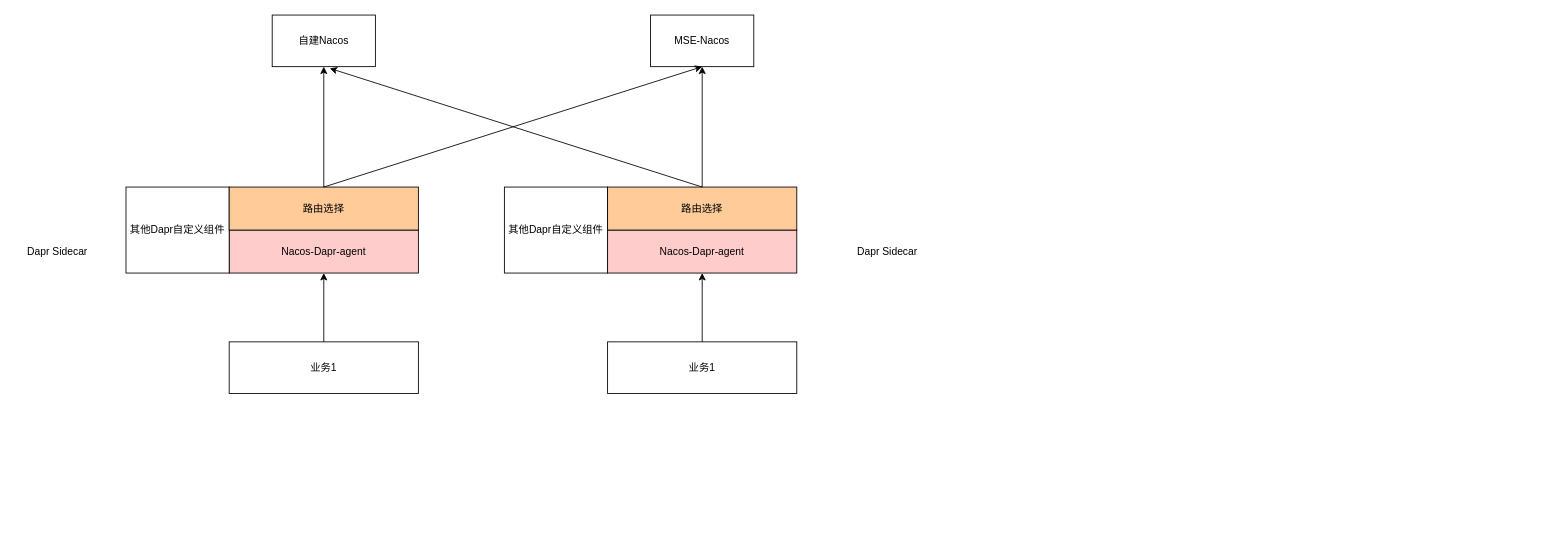
Earlier version of the draw.io diagram newToolTest/Untitled Diagram.drawio (realJackSun/OpenNAT). Source tidied: cells renumbered, new cells numbered last; positions are measured from the earlier drawing's top-left corner, leaving out a move shared by most shapes. Both pictures are drawn from the tidied source at 86%, with x=0, y=0 at pixel (18, 15).
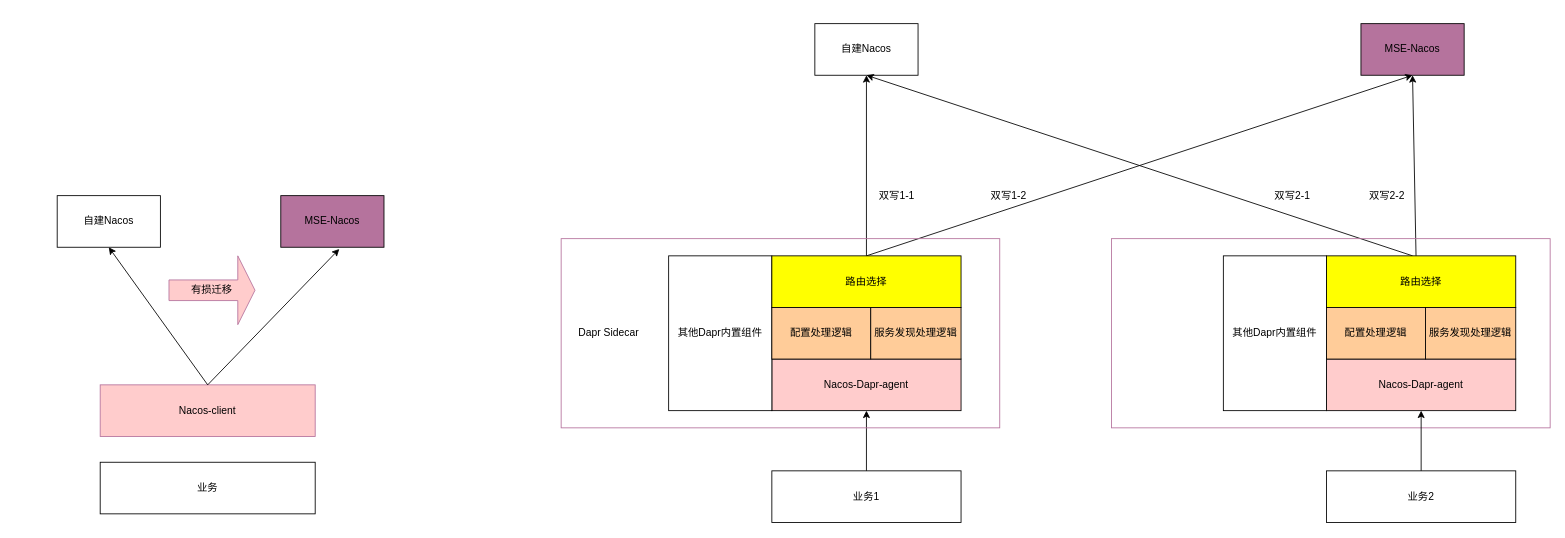
After the change.

What changed in the source:
```diff
@@
     <mxCell id="2" value="自建Nacos" style="rounded=0;whiteSpace=wrap;html=1;" parent="1" vertex="1">
-      <mxGeometry x="295" width="120" height="60" as="geometry" />
+      <mxGeometry x="926" y="10" width="120" height="60" as="geometry" />
     </mxCell>
-    <mxCell id="3" value="MSE-Nacos" style="rounded=0;whiteSpace=wrap;html=1;" parent="1" vertex="1">
-      <mxGeometry x="735" width="120" height="60" as="geometry" />
+    <mxCell id="3" value="MSE-Nacos" style="rounded=0;whiteSpace=wrap;html=1;fillColor=#B5739D;" parent="1" vertex="1">
+      <mxGeometry x="1561" y="10" width="120" height="60" as="geometry" />
     </mxCell>
     <mxCell id="4" value="业务1" style="rounded=0;whiteSpace=wrap;html=1;" parent="1" vertex="1">
-      <mxGeometry x="245" y="380" width="220" height="60" as="geometry" />
+      <mxGeometry x="876" y="530" width="220" height="60" as="geometry" />
     </mxCell>
     <mxCell id="5" value="Nacos-Dapr-agent" style="rounded=0;whiteSpace=wrap;html=1;fillColor=#FFCCCC;" parent="1" vertex="1">
-      <mxGeometry x="245" y="250" width="220" height="50" as="geometry" />
+      <mxGeometry x="876" y="400" width="220" height="60" as="geometry" />
     </mxCell>
-    <mxCell id="6" value="其他Dapr自定义组件" style="rounded=0;whiteSpace=wrap;html=1;" parent="1" vertex="1">
-      <mxGeometry x="125" y="200" width="120" height="100" as="geometry" />
+    <mxCell id="6" value="其他Dapr内置组件" style="rounded=0;whiteSpace=wrap;html=1;" parent="1" vertex="1">
+      <mxGeometry x="756" y="280" width="120" height="180" as="geometry" />
     </mxCell>
     <mxCell id="7" value="Dapr Sidecar" style="text;html=1;align=center;verticalAlign=middle;fillColor=none;strokeColor=none;rounded=0;shadow=1;" parent="1" vertex="1">
-      <mxGeometry y="265" width="90" height="20" as="geometry" />
+      <mxGeometry x="641" y="360" width="90" height="20" as="geometry" />
     </mxCell>
@@
-    <mxCell id="9" value="路由选择" style="rounded=0;whiteSpace=wrap;html=1;fillColor=#FFCC99;" parent="1" vertex="1">
-      <mxGeometry x="245" y="200" width="220" height="50" as="geometry" />
-    </mxCell>
-    <mxCell id="10" style="endArrow=classic;html=1;rounded=0;exitX=0.5;exitY=0;exitDx=0;exitDy=0;entryX=0.5;entryY=1;entryDx=0;entryDy=0;" parent="1" edge="1" source="9" target="2">
+    <mxCell id="10" style="endArrow=classic;html=1;rounded=0;exitX=0.5;exitY=0;exitDx=0;exitDy=0;entryX=0.5;entryY=1;entryDx=0;entryDy=0;" parent="1" edge="1" source="20" target="2">
       <mxGeometry relative="1" as="geometry" />
     </mxCell>
-    <mxCell id="11" style="endArrow=classic;html=1;rounded=0;entryX=0.5;entryY=1;entryDx=0;entryDy=0;exitX=0.5;exitY=0;exitDx=0;exitDy=0;" parent="1" edge="1" source="9" target="3">
-      <mxGeometry relative="1" as="geometry" />
+    <mxCell id="11" style="endArrow=classic;html=1;rounded=0;entryX=0.5;entryY=1;entryDx=0;entryDy=0;" parent="1" edge="1" target="3">
+      <mxGeometry relative="1" as="geometry">
+        <mxPoint x="986" y="280" as="sourcePoint" />
+      </mxGeometry>
     </mxCell>
-    <mxCell id="12" value="业务1" style="rounded=0;whiteSpace=wrap;html=1;" parent="1" vertex="1">
-      <mxGeometry x="685" y="380" width="220" height="60" as="geometry" />
-    </mxCell>
-    <mxCell id="13" value="Nacos-Dapr-agent" style="rounded=0;whiteSpace=wrap;html=1;fillColor=#FFCCCC;" parent="1" vertex="1">
-      <mxGeometry x="685" y="250" width="220" height="50" as="geometry" />
-    </mxCell>
-    <mxCell id="14" value="其他Dapr自定义组件" style="rounded=0;whiteSpace=wrap;html=1;" parent="1" vertex="1">
-      <mxGeometry x="565" y="200" width="120" height="100" as="geometry" />
-    </mxCell>
-    <mxCell id="15" style="endArrow=classic;html=1;rounded=0;exitX=0.5;exitY=0;exitDx=0;exitDy=0;entryX=0.5;entryY=1;entryDx=0;entryDy=0;" parent="1" edge="1" source="12" target="13">
-      <mxGeometry relative="1" as="geometry" />
-    </mxCell>
-    <mxCell id="16" value="路由选择" style="rounded=0;whiteSpace=wrap;html=1;fillColor=#FFCC99;" parent="1" vertex="1">
-      <mxGeometry x="685" y="200" width="220" height="50" as="geometry" />
-    </mxCell>
-    <mxCell id="17" style="endArrow=classic;html=1;rounded=0;entryX=0.5;entryY=1;entryDx=0;entryDy=0;exitX=0.5;exitY=0;exitDx=0;exitDy=0;" parent="1" edge="1" source="16" target="3">
+    <mxCell id="17" style="endArrow=classic;html=1;rounded=0;entryX=0.5;entryY=1;entryDx=0;entryDy=0;exitX=0.473;exitY=0;exitDx=0;exitDy=0;exitPerimeter=0;" parent="1" edge="1" source="25" target="3">
       <mxGeometry relative="1" as="geometry" />
     </mxCell>
-    <mxCell id="18" style="endArrow=classic;html=1;rounded=0;exitX=0.5;exitY=0;exitDx=0;exitDy=0;entryX=0.558;entryY=1.033;entryDx=0;entryDy=0;entryPerimeter=0;" parent="1" edge="1" source="16" target="2">
-      <mxGeometry relative="1" as="geometry" />
+    <mxCell id="18" style="endArrow=classic;html=1;rounded=0;exitX=0.455;exitY=0;exitDx=0;exitDy=0;exitPerimeter=0;" parent="1" edge="1" source="25">
+      <mxGeometry relative="1" as="geometry">
+        <mxPoint x="986" y="70" as="targetPoint" />
+      </mxGeometry>
     </mxCell>
-    <mxCell id="19" value="Dapr Sidecar" style="text;html=1;align=center;verticalAlign=middle;fillColor=none;strokeColor=none;rounded=0;shadow=1;" parent="1" vertex="1">
-      <mxGeometry x="965" y="265" width="90" height="20" as="geometry" />
-    </mxCell>
+    <mxCell id="20" value="路由选择" style="rounded=0;whiteSpace=wrap;html=1;fillColor=#FFFF00;" parent="1" vertex="1">
+      <mxGeometry x="876" y="280" width="220" height="60" as="geometry" />
+    </mxCell>
+    <mxCell id="21" value="配置处理逻辑" style="rounded=0;whiteSpace=wrap;html=1;fillColor=#FFCC99;" parent="1" vertex="1">
+      <mxGeometry x="876" y="340" width="115" height="60" as="geometry" />
+    </mxCell>
+    <mxCell id="22" value="服务发现处理逻辑" style="rounded=0;whiteSpace=wrap;html=1;fillColor=#FFCC99;" parent="1" vertex="1">
+      <mxGeometry x="991" y="340" width="105" height="60" as="geometry" />
+    </mxCell>
+    <mxCell id="23" style="rounded=0;whiteSpace=wrap;html=1;shadow=0;strokeColor=#B5739D;fillColor=none;" parent="1" vertex="1">
+      <mxGeometry x="631" y="260" width="510" height="220" as="geometry" />
+    </mxCell>
+    <mxCell id="13" value="Nacos-Dapr-agent" style="rounded=0;whiteSpace=wrap;html=1;fillColor=#FFCCCC;" parent="1" vertex="1">
+      <mxGeometry x="1521" y="400" width="220" height="60" as="geometry" />
+    </mxCell>
+    <mxCell id="24" value="其他Dapr内置组件" style="rounded=0;whiteSpace=wrap;html=1;" parent="1" vertex="1">
+      <mxGeometry x="1401" y="280" width="120" height="180" as="geometry" />
+    </mxCell>
+    <mxCell id="25" value="路由选择" style="rounded=0;whiteSpace=wrap;html=1;fillColor=#FFFF00;" parent="1" vertex="1">
+      <mxGeometry x="1521" y="280" width="220" height="60" as="geometry" />
+    </mxCell>
+    <mxCell id="26" value="配置处理逻辑" style="rounded=0;whiteSpace=wrap;html=1;fillColor=#FFCC99;" parent="1" vertex="1">
+      <mxGeometry x="1521" y="340" width="115" height="60" as="geometry" />
+    </mxCell>
+    <mxCell id="27" value="服务发现处理逻辑" style="rounded=0;whiteSpace=wrap;html=1;fillColor=#FFCC99;" parent="1" vertex="1">
+      <mxGeometry x="1636" y="340" width="105" height="60" as="geometry" />
+    </mxCell>
+    <mxCell id="28" style="rounded=0;whiteSpace=wrap;html=1;shadow=0;strokeColor=#B5739D;fillColor=none;" parent="1" vertex="1">
+      <mxGeometry x="1271" y="260" width="510" height="220" as="geometry" />
+    </mxCell>
+    <mxCell id="29" value="业务2" style="rounded=0;whiteSpace=wrap;html=1;" parent="1" vertex="1">
+      <mxGeometry x="1521" y="530" width="220" height="60" as="geometry" />
+    </mxCell>
+    <mxCell id="30" style="endArrow=classic;html=1;rounded=0;entryX=0.5;entryY=1;entryDx=0;entryDy=0;" parent="1" edge="1" source="29">
+      <mxGeometry relative="1" as="geometry">
+        <mxPoint x="1631" y="460" as="targetPoint" />
+      </mxGeometry>
+    </mxCell>
+    <mxCell id="31" value="双写1-1" style="text;html=1;align=center;verticalAlign=middle;fillColor=none;strokeColor=none;rounded=0;shadow=1;" parent="1" vertex="1">
+      <mxGeometry x="991" y="200" width="60" height="20" as="geometry" />
+    </mxCell>
+    <mxCell id="32" value="双写1-2" style="text;html=1;align=center;verticalAlign=middle;fillColor=none;strokeColor=none;rounded=0;shadow=1;" parent="1" vertex="1">
+      <mxGeometry x="1121" y="200" width="60" height="20" as="geometry" />
+    </mxCell>
+    <mxCell id="33" value="双写2-1" style="text;html=1;align=center;verticalAlign=middle;fillColor=none;strokeColor=none;rounded=0;shadow=1;" parent="1" vertex="1">
+      <mxGeometry x="1451" y="200" width="60" height="20" as="geometry" />
+    </mxCell>
+    <mxCell id="34" value="双写2-2" style="text;html=1;align=center;verticalAlign=middle;fillColor=none;strokeColor=none;rounded=0;shadow=1;" parent="1" vertex="1">
+      <mxGeometry x="1561" y="200" width="60" height="20" as="geometry" />
+    </mxCell>
+    <mxCell id="35" value="Nacos-client" style="rounded=0;whiteSpace=wrap;html=1;shadow=0;strokeColor=#B5739D;fillColor=#FFCCCC;" parent="1" vertex="1">
+      <mxGeometry x="95" y="430" width="250" height="60" as="geometry" />
+    </mxCell>
+    <mxCell id="36" value="业务" style="rounded=0;whiteSpace=wrap;html=1;" parent="1" vertex="1">
+      <mxGeometry x="95" y="520" width="250" height="60" as="geometry" />
+    </mxCell>
+    <mxCell id="37" value="自建Nacos" style="rounded=0;whiteSpace=wrap;html=1;" parent="1" vertex="1">
+      <mxGeometry x="45" y="210" width="120" height="60" as="geometry" />
+    </mxCell>
+    <mxCell id="38" value="MSE-Nacos" style="rounded=0;whiteSpace=wrap;html=1;fillColor=#B5739D;" parent="1" vertex="1">
+      <mxGeometry x="305" y="210" width="120" height="60" as="geometry" />
+    </mxCell>
+    <mxCell id="39" style="endArrow=classic;html=1;rounded=0;exitX=0.5;exitY=0;exitDx=0;exitDy=0;entryX=0.5;entryY=1;entryDx=0;entryDy=0;" parent="1" edge="1" source="35" target="37">
+      <mxGeometry relative="1" as="geometry" />
+    </mxCell>
+    <mxCell id="40" style="endArrow=classic;html=1;rounded=0;entryX=0.567;entryY=1.033;entryDx=0;entryDy=0;entryPerimeter=0;exitX=0.5;exitY=0;exitDx=0;exitDy=0;" parent="1" edge="1" source="35" target="38">
+      <mxGeometry relative="1" as="geometry" />
+    </mxCell>
+    <mxCell id="41" value="有损迁移" style="shape=singleArrow;whiteSpace=wrap;html=1;shadow=0;strokeColor=#B5739D;fillColor=#FFCCCC;" parent="1" vertex="1">
+      <mxGeometry x="175" y="280" width="100" height="80" as="geometry" />
+    </mxCell>
```
